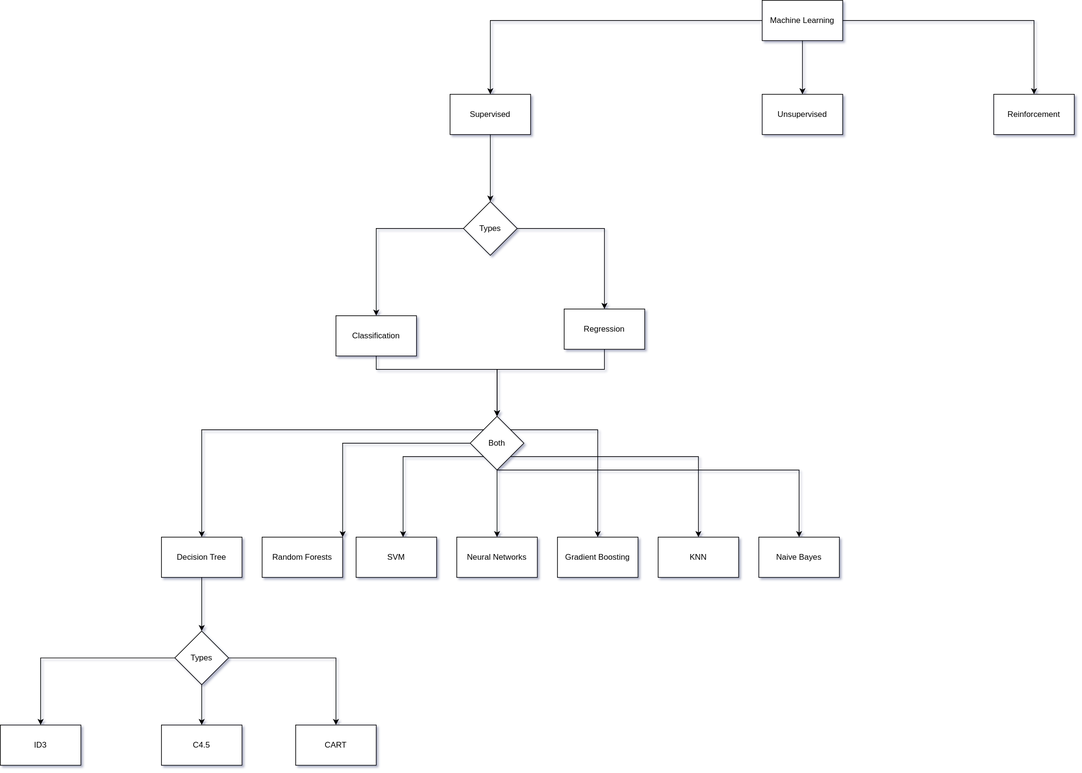
Earlier version of the draw.io export MLT_flowchart.svg (rachit-bharadwaj/mlt). Source tidied: cells renumbered, new cells last; positions are measured from the earlier drawing's top-left corner, leaving out a move shared by most shapes.
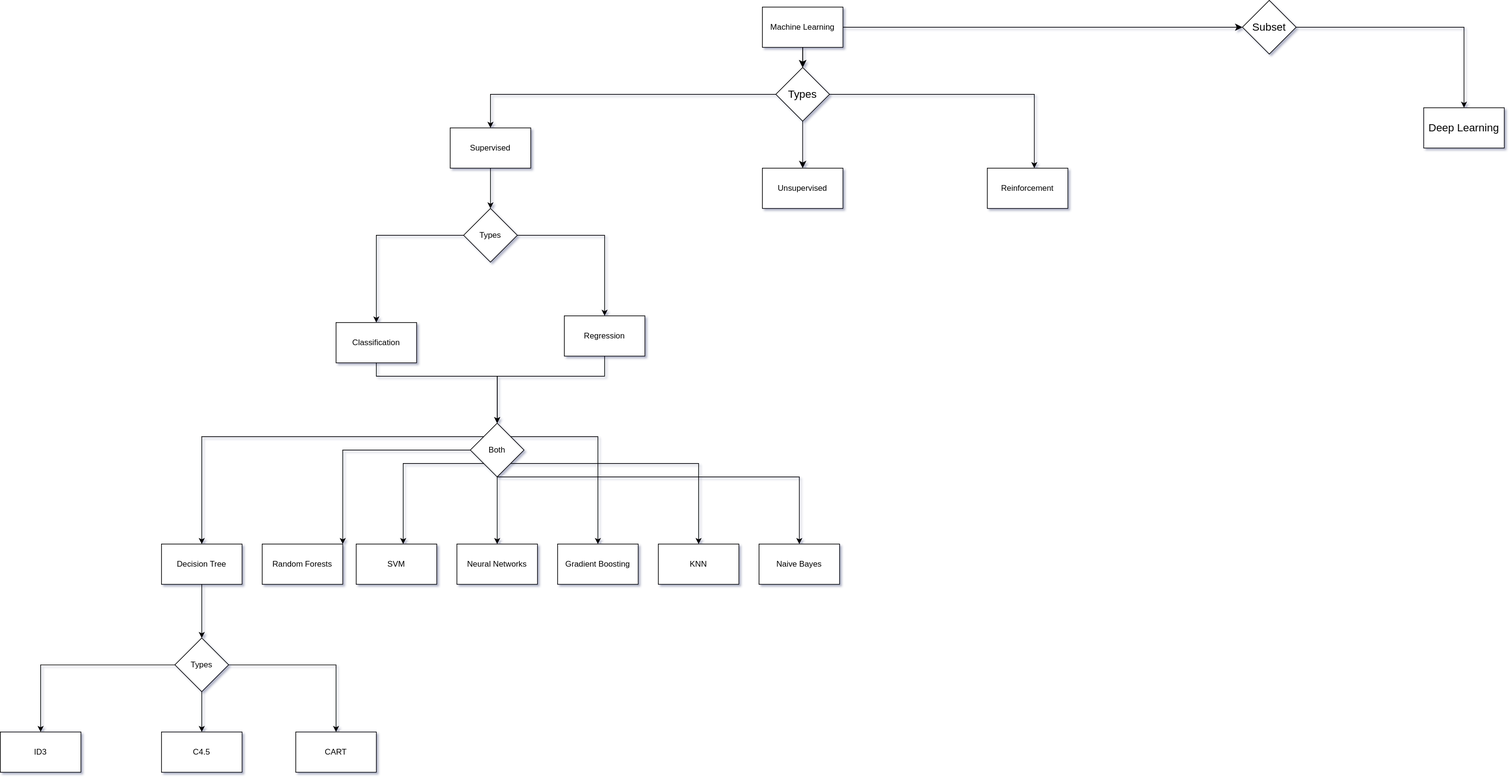
After the change.

What changed in the source:
```diff
@@ -2,15 +2,29 @@
   <root>
     <mxCell id="0" />
     <mxCell id="1" parent="0" />
-    <mxCell id="2" style="edgeStyle=orthogonalEdgeStyle;rounded=0;jettySize=auto;html=1;" parent="1" edge="1" source="5" target="7">
-      <mxGeometry relative="1" as="geometry" />
+    <mxCell id="2" style="edgeStyle=orthogonalEdgeStyle;rounded=0;jettySize=auto;html=1;exitX=0;exitY=0.5;exitDx=0;exitDy=0;" parent="1" edge="1" source="46" target="7">
+      <mxGeometry relative="1" as="geometry">
+        <Array as="points">
+          <mxPoint x="730" y="130" />
+        </Array>
+      </mxGeometry>
     </mxCell>
-    <mxCell id="3" style="edgeStyle=orthogonalEdgeStyle;rounded=0;jettySize=auto;html=1;" parent="1" edge="1" source="5" target="8">
-      <mxGeometry relative="1" as="geometry" />
-    </mxCell>
-    <mxCell id="4" style="edgeStyle=orthogonalEdgeStyle;rounded=0;jettySize=auto;html=1;" parent="1" edge="1" source="5" target="9">
-      <mxGeometry relative="1" as="geometry" />
+    <mxCell id="4" style="edgeStyle=orthogonalEdgeStyle;rounded=0;jettySize=auto;html=1;exitX=1;exitY=0.5;exitDx=0;exitDy=0;" parent="1" edge="1" source="46" target="9">
+      <mxGeometry relative="1" as="geometry">
+        <Array as="points">
+          <mxPoint x="1540" y="130" />
+        </Array>
+      </mxGeometry>
     </mxCell>
+    <mxCell id="40" style="edgeStyle=none;curved=1;rounded=0;jettySize=auto;html=1;fontSize=12;startSize=8;endSize=8;" parent="1" edge="1" source="5" target="44">
+      <mxGeometry relative="1" as="geometry" />
+    </mxCell>
+    <mxCell id="41" style="edgeStyle=none;curved=1;rounded=0;jettySize=auto;html=1;fontSize=12;startSize=8;endSize=8;" parent="1" edge="1" source="46" target="8">
+      <mxGeometry relative="1" as="geometry" />
+    </mxCell>
+    <mxCell id="42" style="edgeStyle=none;curved=1;rounded=0;jettySize=auto;html=1;fontSize=12;startSize=8;endSize=8;" parent="1" edge="1" source="5" target="46">
+      <mxGeometry relative="1" as="geometry" />
+    </mxCell>
     <mxCell id="5" value="Machine Learning" style="rounded=0;whiteSpace=wrap;html=1;" parent="1" vertex="1">
       <mxGeometry x="1135" width="120" height="60" as="geometry" />
     </mxCell>
@@ -18,13 +32,13 @@
       <mxGeometry relative="1" as="geometry" />
     </mxCell>
     <mxCell id="7" value="Supervised" style="whiteSpace=wrap;html=1;rounded=0;" parent="1" vertex="1">
-      <mxGeometry x="670" y="140" width="120" height="60" as="geometry" />
+      <mxGeometry x="670" y="180" width="120" height="60" as="geometry" />
     </mxCell>
     <mxCell id="8" value="Unsupervised" style="whiteSpace=wrap;html=1;rounded=0;" parent="1" vertex="1">
-      <mxGeometry x="1135" y="140" width="120" height="60" as="geometry" />
+      <mxGeometry x="1135" y="240" width="120" height="60" as="geometry" />
     </mxCell>
     <mxCell id="9" value="Reinforcement" style="whiteSpace=wrap;html=1;rounded=0;" parent="1" vertex="1">
-      <mxGeometry x="1480" y="140" width="120" height="60" as="geometry" />
+      <mxGeometry x="1470" y="240" width="120" height="60" as="geometry" />
     </mxCell>
     <mxCell id="10" style="edgeStyle=orthogonalEdgeStyle;rounded=0;jettySize=auto;html=1;exitX=0;exitY=0.5;exitDx=0;exitDy=0;" parent="1" edge="1" source="12" target="14">
       <mxGeometry relative="1" as="geometry" />
@@ -148,5 +162,20 @@
     <mxCell id="39" value="CART" style="whiteSpace=wrap;html=1;rounded=0;" parent="1" vertex="1">
       <mxGeometry x="440" y="1080" width="120" height="60" as="geometry" />
     </mxCell>
+    <mxCell id="43" style="edgeStyle=orthogonalEdgeStyle;rounded=0;jettySize=auto;html=1;" parent="1" edge="1" source="44" target="47">
+      <mxGeometry relative="1" as="geometry" />
+    </mxCell>
+    <mxCell id="44" value="Subset" style="rhombus;whiteSpace=wrap;html=1;rounded=0;fontSize=16;" parent="1" vertex="1">
+      <mxGeometry x="1850" y="-10" width="80" height="80" as="geometry" />
+    </mxCell>
+    <mxCell id="45" style="edgeStyle=none;curved=1;rounded=0;jettySize=auto;html=1;fontSize=12;startSize=8;endSize=8;" parent="1" edge="1" source="5" target="46">
+      <mxGeometry relative="1" as="geometry" />
+    </mxCell>
+    <mxCell id="46" value="Types" style="rhombus;whiteSpace=wrap;html=1;rounded=0;fontSize=16;" parent="1" vertex="1">
+      <mxGeometry x="1155" y="90" width="80" height="80" as="geometry" />
+    </mxCell>
+    <mxCell id="47" value="Deep Learning" style="whiteSpace=wrap;html=1;fontSize=16;rounded=0;" parent="1" vertex="1">
+      <mxGeometry x="2120" y="150" width="120" height="60" as="geometry" />
+    </mxCell>
   </root>
 </mxGraphModel>
```
